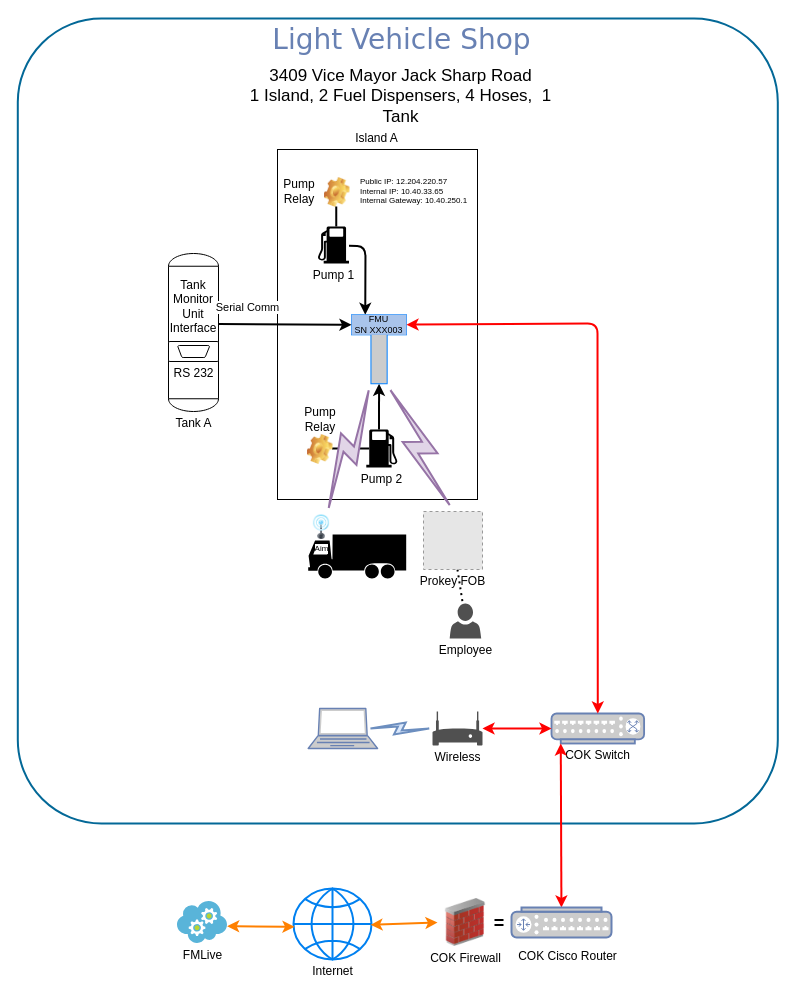
Before: page "Page-4" (4 of 5) of Diagrams/FMLiveKCGHardwareDia.drawio in rpwaltz/FleetServices, a draw.io diagram. Source tidied: cells renumbered, new cells numbered last; positions are measured from the earlier drawing's top-left corner, leaving out a move shared by most shapes. Both pictures are drawn from the tidied source at 100%, with x=0, y=0 at pixel (17, 18). Pictures stored in the file or linked from it are replaced by grey dashed boxes.
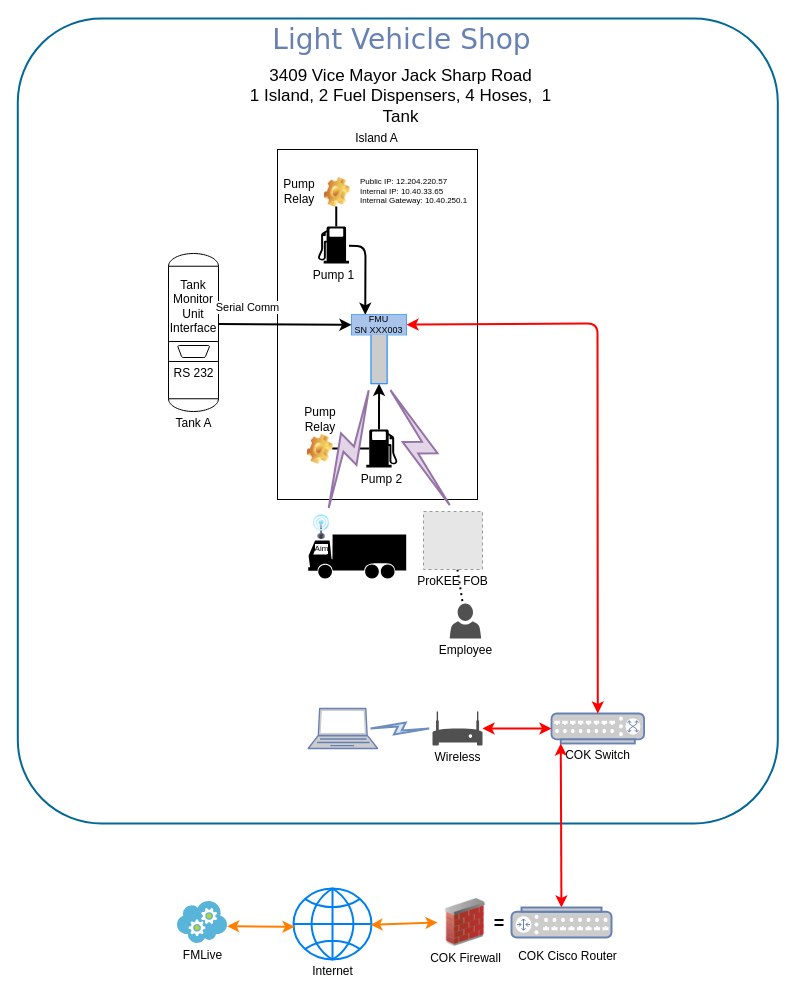
The same page after the edit.

The change refers to these unchanged cells:
```xml
<mxCell id="2" style="group;" parent="1" vertex="1">
  <mxGeometry x="0.3" width="760" height="948" as="geometry" />
</mxCell>
```

What changed in the source:
```diff
@@
-    <mxCell id="34" value="Prokey FOB" style="fillColor=#E6E6E6;strokeColor=#999999;dashed=1;verticalLabelPosition=bottom;verticalAlign=top;spacing=0;" parent="2" vertex="1">
+    <mxCell id="34" value="ProKEE FOB" style="fillColor=#E6E6E6;strokeColor=#999999;dashed=1;verticalLabelPosition=bottom;verticalAlign=top;spacing=0;" parent="2" vertex="1">
       <mxGeometry x="405.7" y="493" width="59" height="58" as="geometry" />
     </mxCell>
```
